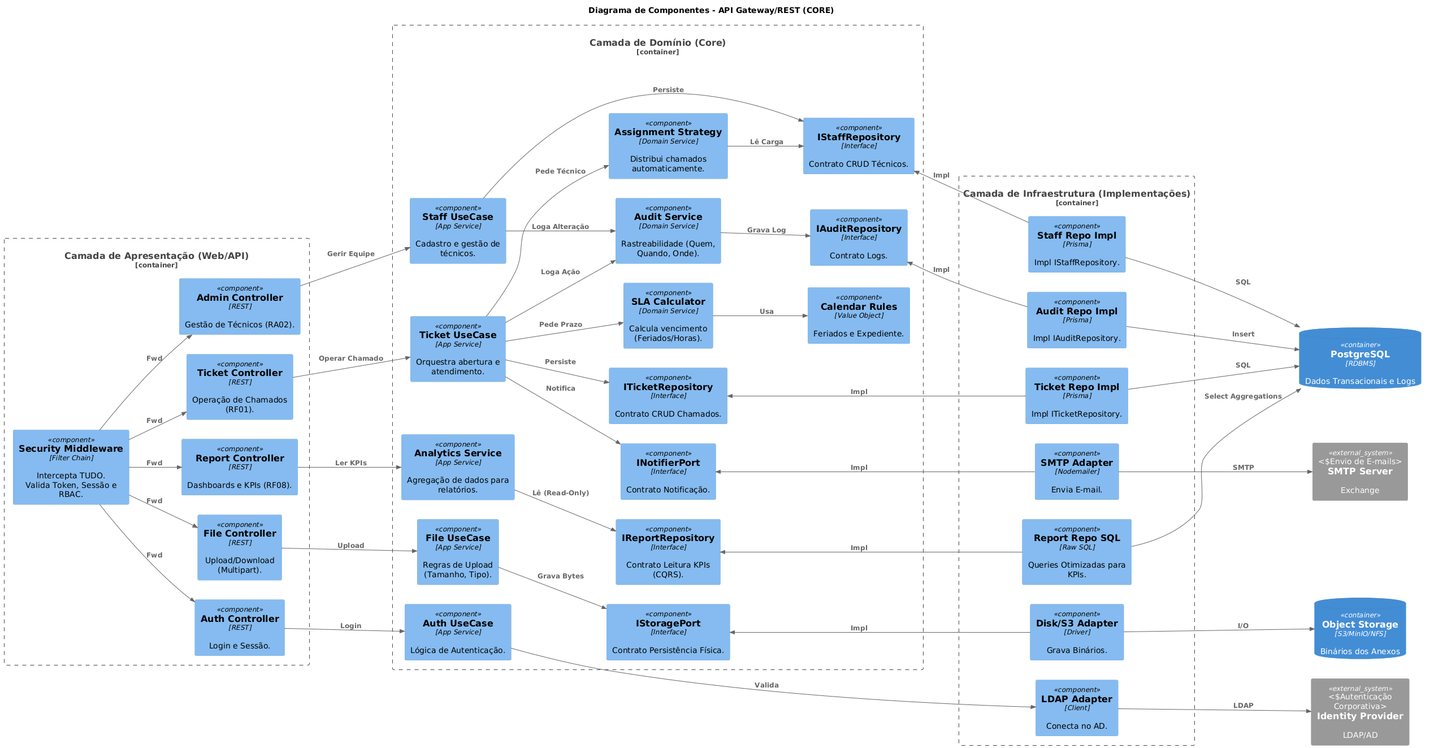
Above: imagens/DiagramaComponente_Api_Gateway.png in victor-alexandre/TJGO-Projeto-Software (PlantUML), before the change.
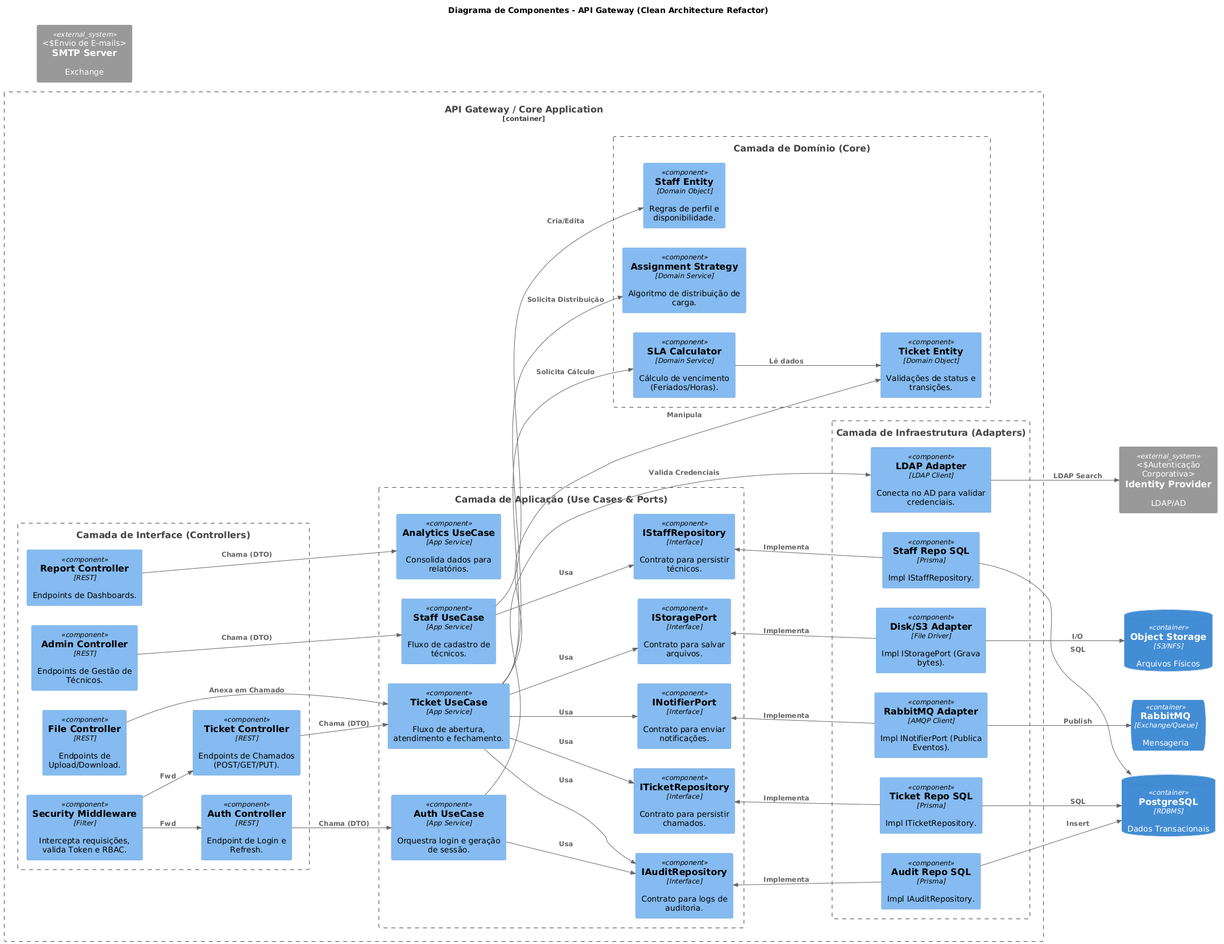
The same diagram one commit later.

Commit message:
refactor: reestrutura diagrama API Gateway

The edit, as a diff of the source:
```diff
@@ -3,105 +3,99 @@
 
 LAYOUT_LEFT_RIGHT()
 
-title Diagrama de Componentes - API Gateway/REST (CORE)
+title Diagrama de Componentes - API Gateway (Clean Architecture Refactor)
 
-ContainerDb(db, "PostgreSQL", "RDBMS", "Dados Transacionais e Logs")
-ContainerDb(filesystem, "Object Storage", "S3/MinIO/NFS", "Binários dos Anexos")
+ContainerDb(db, "PostgreSQL", "RDBMS", "Dados Transacionais")
+ContainerDb(filesystem, "Object Storage", "S3/NFS", "Arquivos Físicos")
+ContainerQueue(broker, "RabbitMQ", "Exchange/Queue", "Mensageria")
 System_Ext(email_sys, "SMTP Server", "Exchange", "Envio de E-mails")
 System_Ext(auth_sys, "Identity Provider", "LDAP/AD", "Autenticação Corporativa")
 
-Container_Boundary(presentation, "Camada de Apresentação (Web/API)") {
+Container_Boundary(api, "API Gateway / Core Application") {
 
-    Component(security, "Security Middleware", "Filter Chain", "Intercepta TUDO.\nValida Token, Sessão e RBAC.")
+    Boundary(presentation, "Camada de Interface (Controllers)") {
+        Component(security, "Security Middleware", "Filter", "Intercepta requisições, valida Token e RBAC.")
 
-    Component(auth_ctrl, "Auth Controller", "REST", "Login e Sessão.")
-    Component(admin_ctrl, "Admin Controller", "REST", "Gestão de Técnicos (RA02).")
-    Component(ticket_ctrl, "Ticket Controller", "REST", "Operação de Chamados (RF01).")
-    Component(report_ctrl, "Report Controller", "REST", "Dashboards e KPIs (RF08).")
-    Component(file_ctrl, "File Controller", "REST", "Upload/Download (Multipart).")
-}
+        Component(auth_ctrl, "Auth Controller", "REST", "Endpoint de Login e Refresh.")
+        Component(ticket_ctrl, "Ticket Controller", "REST", "Endpoints de Chamados (POST/GET/PUT).")
+        Component(admin_ctrl, "Admin Controller", "REST", "Endpoints de Gestão de Técnicos.")
+        Component(report_ctrl, "Report Controller", "REST", "Endpoints de Dashboards.")
+        Component(file_ctrl, "File Controller", "REST", "Endpoints de Upload/Download.")
+    }
 
-Container_Boundary(domain, "Camada de Domínio (Core)") {
+    Boundary(app_layer, "Camada de Aplicação (Use Cases & Ports)") {
 
-    Component(auth_uc, "Auth UseCase", "App Service", "Lógica de Autenticação.")
-    Component(staff_uc, "Staff UseCase", "App Service", "Cadastro e gestão de técnicos.")
-    Component(ticket_uc, "Ticket UseCase", "App Service", "Orquestra abertura e atendimento.")
-    Component(report_uc, "Analytics Service", "App Service", "Agregação de dados para relatórios.")
-    Component(file_uc, "File UseCase", "App Service", "Regras de Upload (Tamanho, Tipo).")
+        Component(auth_uc, "Auth UseCase", "App Service", "Orquestra login e geração de sessão.")
+        Component(ticket_uc, "Ticket UseCase", "App Service", "Fluxo de abertura, atendimento e fechamento.")
+        Component(staff_uc, "Staff UseCase", "App Service", "Fluxo de cadastro de técnicos.")
+        Component(report_uc, "Analytics UseCase", "App Service", "Consolida dados para relatórios.")
 
-    Component(sla_service, "SLA Calculator", "Domain Service", "Calcula vencimento (Feriados/Horas).")
-    Component(assign_service, "Assignment Strategy", "Domain Service", "Distribui chamados automaticamente.")
-    Component(audit_service, "Audit Service", "Domain Service", "Rastreabilidade (Quem, Quando, Onde).")
+        Component(i_repo_ticket, "ITicketRepository", "Interface", "Contrato para persistir chamados.")
+        Component(i_repo_staff, "IStaffRepository", "Interface", "Contrato para persistir técnicos.")
+        Component(i_notifier, "INotifierPort", "Interface", "Contrato para enviar notificações.")
+        Component(i_storage, "IStoragePort", "Interface", "Contrato para salvar arquivos.")
+        Component(i_audit, "IAuditRepository", "Interface", "Contrato para logs de auditoria.")
+    }
 
-    Component(calendar, "Calendar Rules", "Value Object", "Feriados e Expediente.")
+    Boundary(domain_layer, "Camada de Domínio (Core)") {
 
-    Component(i_repo_staff, "IStaffRepository", "Interface", "Contrato CRUD Técnicos.")
-    Component(i_repo_ticket, "ITicketRepository", "Interface", "Contrato CRUD Chamados.")
-    Component(i_repo_report, "IReportRepository", "Interface", "Contrato Leitura KPIs (CQRS).")
-    Component(i_repo_audit, "IAuditRepository", "Interface", "Contrato Logs.")
+        Component(ticket_entity, "Ticket Entity", "Domain Object", "Validações de status e transições.")
+        Component(staff_entity, "Staff Entity", "Domain Object", "Regras de perfil e disponibilidade.")
 
-    Component(i_storage, "IStoragePort", "Interface", "Contrato Persistência Física.")
-    Component(i_notifier, "INotifierPort", "Interface", "Contrato Notificação.")
-}
+        Component(sla_service, "SLA Calculator", "Domain Service", "Cálculo de vencimento (Feriados/Horas).")
+        Component(assign_strategy, "Assignment Strategy", "Domain Service", "Algoritmo de distribuição de carga.")
+    }
 
-Container_Boundary(infra, "Camada de Infraestrutura (Implementações)") {
+    Boundary(infra_layer, "Camada de Infraestrutura (Adapters)") {
 
-    Component(repo_staff_impl, "Staff Repo Impl", "Prisma", "Impl IStaffRepository.")
-    Component(repo_ticket_impl, "Ticket Repo Impl", "Prisma", "Impl ITicketRepository.")
-    Component(repo_audit_impl, "Audit Repo Impl", "Prisma", "Impl IAuditRepository.")
+        Component(repo_ticket_impl, "Ticket Repo SQL", "Prisma", "Impl ITicketRepository.")
+        Component(repo_staff_impl, "Staff Repo SQL", "Prisma", "Impl IStaffRepository.")
+        Component(repo_audit_impl, "Audit Repo SQL", "Prisma", "Impl IAuditRepository.")
 
-    Component(repo_report_impl, "Report Repo SQL", "Raw SQL", "Queries Otimizadas para KPIs.")
+        Component(rmq_adapter, "RabbitMQ Adapter", "AMQP Client", "Impl INotifierPort (Publica Eventos).")
+        Component(s3_adapter, "Disk/S3 Adapter", "File Driver", "Impl IStoragePort (Grava bytes).")
+        Component(ldap_adapter, "LDAP Adapter", "LDAP Client", "Conecta no AD para validar credenciais.")
+    }
 
-    Component(ldap_adapter, "LDAP Adapter", "Client", "Conecta no AD.")
-    Component(smtp_adapter, "SMTP Adapter", "Nodemailer", "Envia E-mail.")
-    Component(storage_adapter, "Disk/S3 Adapter", "Driver", "Grava Binários.")
 }
 
 
+Rel(security, ticket_ctrl, "Fwd")
 Rel(security, auth_ctrl, "Fwd")
-Rel(security, admin_ctrl, "Fwd")
-Rel(security, ticket_ctrl, "Fwd")
-Rel(security, report_ctrl, "Fwd")
-Rel(security, file_ctrl, "Fwd")
 
-Rel(auth_ctrl, auth_uc, "Login")
-Rel(admin_ctrl, staff_uc, "Gerir Equipe")
-Rel(ticket_ctrl, ticket_uc, "Operar Chamado")
-Rel(report_ctrl, report_uc, "Ler KPIs")
-Rel(file_ctrl, file_uc, "Upload")
+Rel(ticket_ctrl, ticket_uc, "Chama (DTO)")
+Rel(auth_ctrl, auth_uc, "Chama (DTO)")
+Rel(admin_ctrl, staff_uc, "Chama (DTO)")
+Rel(report_ctrl, report_uc, "Chama (DTO)")
+Rel(file_ctrl, ticket_uc, "Anexa em Chamado")
 
-Rel(ticket_uc, sla_service, "Pede Prazo")
-Rel(ticket_uc, assign_service, "Pede Técnico")
-Rel(ticket_uc, audit_service, "Loga Ação")
-Rel(sla_service, calendar, "Usa")
+Rel(ticket_uc, ticket_entity, "Manipula")
+Rel(ticket_uc, sla_service, "Solicita Cálculo")
+Rel(ticket_uc, assign_strategy, "Solicita Distribuição")
+Rel(staff_uc, staff_entity, "Cria/Edita")
 
-Rel(staff_uc, audit_service, "Loga Alteração")
+Rel(sla_service, ticket_entity, "Lê dados")
 
-Rel(assign_service, i_repo_staff, "Lê Carga")
+Rel(ticket_uc, i_repo_ticket, "Usa")
+Rel(ticket_uc, i_notifier, "Usa")
+Rel(ticket_uc, i_audit, "Usa")
+Rel(ticket_uc, i_storage, "Usa")
+Rel(staff_uc, i_repo_staff, "Usa")
+Rel(auth_uc, i_audit, "Usa")
 
-Rel(file_uc, i_storage, "Grava Bytes")
+Rel_Up(repo_ticket_impl, i_repo_ticket, "Implementa")
+Rel_Up(repo_staff_impl, i_repo_staff, "Implementa")
+Rel_Up(rmq_adapter, i_notifier, "Implementa")
+Rel_Up(s3_adapter, i_storage, "Implementa")
+Rel_Up(repo_audit_impl, i_audit, "Implementa")
 
+Rel(repo_ticket_impl, db, "SQL")
+Rel(repo_staff_impl, db, "SQL")
+Rel(repo_audit_impl, db, "Insert")
 
-Rel(auth_uc, ldap_adapter, "Valida")
-Rel(staff_uc, i_repo_staff, "Persiste")
-Rel(ticket_uc, i_repo_ticket, "Persiste")
-Rel(ticket_uc, i_notifier, "Notifica")
-Rel(report_uc, i_repo_report, "Lê (Read-Only)")
-Rel(audit_service, i_repo_audit, "Grava Log")
+Rel(rmq_adapter, broker, "Publish")
+Rel(s3_adapter, filesystem, "I/O")
+Rel(ldap_adapter, auth_sys, "LDAP Search")
 
-Rel_Up(repo_staff_impl, i_repo_staff, "Impl")
-Rel_Up(repo_ticket_impl, i_repo_ticket, "Impl")
-Rel_Up(repo_report_impl, i_repo_report, "Impl")
-Rel_Up(repo_audit_impl, i_repo_audit, "Impl")
-Rel_Up(smtp_adapter, i_notifier, "Impl")
-Rel_Up(storage_adapter, i_storage, "Impl")
-
-Rel(repo_staff_impl, db, "SQL")
-Rel(repo_ticket_impl, db, "SQL")
-Rel(repo_audit_impl, db, "Insert")
-Rel(repo_report_impl, db, "Select Aggregations")
-
-Rel(smtp_adapter, email_sys, "SMTP")
-Rel(storage_adapter, filesystem, "I/O")
-Rel(ldap_adapter, auth_sys, "LDAP")
+Rel(auth_uc, ldap_adapter, "Valida Credenciais")
 @enduml
```
